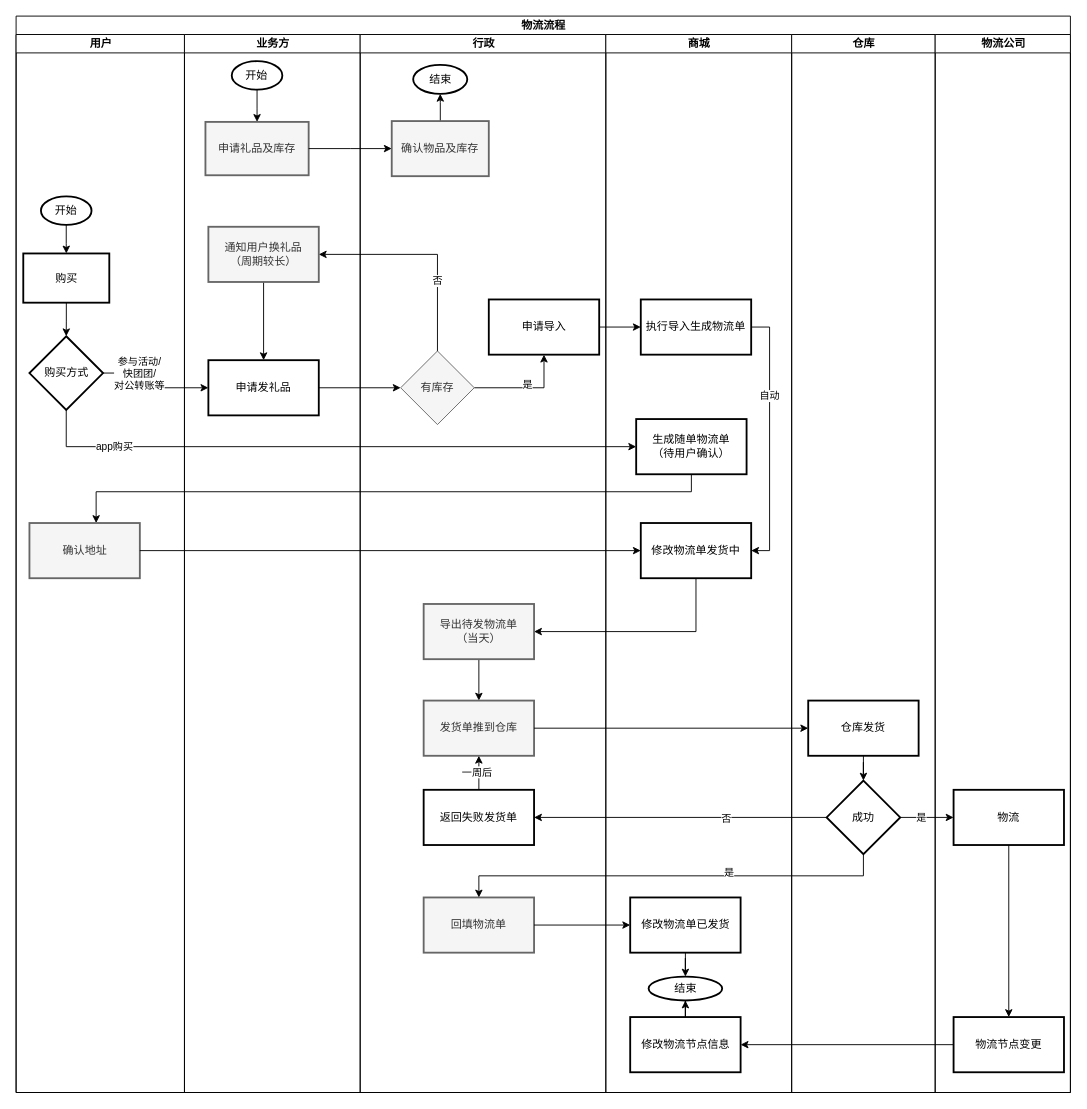
Before: page "物流流程" (2 of 2) of 思考图.drawio in joeytang/imgs, a draw.io diagram. Source tidied: cells renumbered, new cells numbered last; positions are measured from the earlier drawing's top-left corner, leaving out a move shared by most shapes. Both pictures are drawn from the tidied source at 92%, with x=0, y=0 at pixel (16, 16).
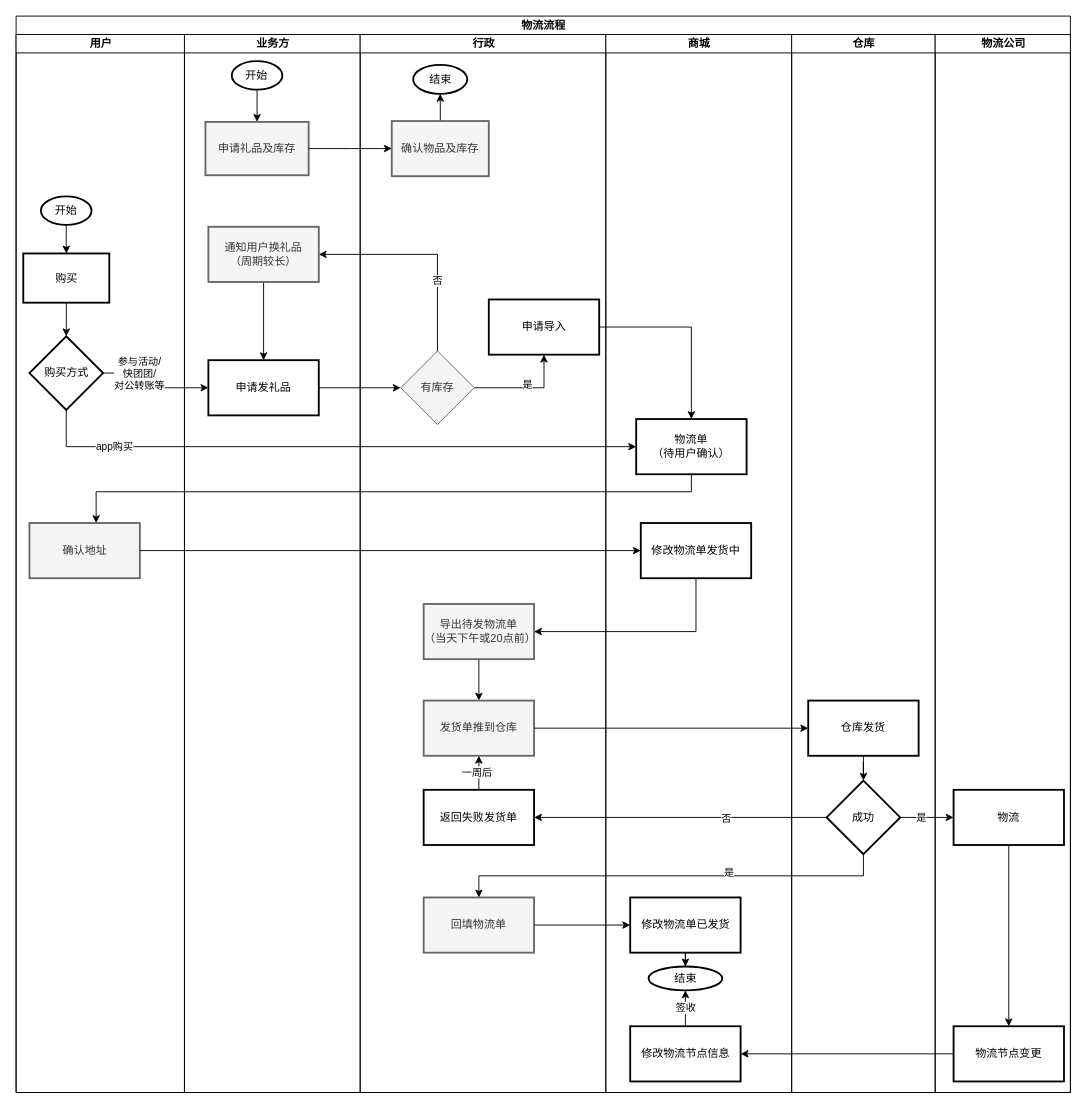
After the change.

Commit message:
更新思考图.drawio

The change refers to these unchanged cells:
```xml
<mxCell id="2" value="物流流程" style="swimlane;startSize=20;html=1;" parent="1" vertex="1">
  <mxGeometry width="1146" height="1170" as="geometry" />
</mxCell>
<mxCell id="17" value="行政" style="swimlane;startSize=20;html=1;" parent="2" vertex="1">
  <mxGeometry x="374" y="20" width="267" height="1150" as="geometry" />
</mxCell>
<mxCell id="21" value="申请导入" style="whiteSpace=wrap;html=1;strokeWidth=2;" parent="17" vertex="1">
  <mxGeometry x="139.8" y="288" width="120" height="60" as="geometry" />
</mxCell>
<mxCell id="32" value="商城" style="swimlane;startSize=20;html=1;" parent="2" vertex="1">
  <mxGeometry x="641" y="20" width="202" height="1150" as="geometry" />
</mxCell>
<mxCell id="37" value="修改物流单发货中" style="whiteSpace=wrap;html=1;strokeWidth=2;" parent="32" vertex="1">
  <mxGeometry x="38" y="531" width="120" height="60" as="geometry" />
</mxCell>
<mxCell id="66" value="物流公司" style="swimlane;startSize=20;html=1;" parent="2" vertex="1">
  <mxGeometry x="999" y="20" width="147" height="1150" as="geometry" />
</mxCell>
```

The edit, as a diff of the source:
```diff
@@
-    <mxCell id="26" value="导出待发物流单&lt;br&gt;（当天）" style="whiteSpace=wrap;html=1;strokeWidth=2;fillColor=#f5f5f5;fontColor=#333333;strokeColor=#666666;" parent="17" vertex="1">
+    <mxCell id="26" value="导出待发物流单&lt;br&gt;（当天下午或20点前）" style="whiteSpace=wrap;html=1;strokeWidth=2;fillColor=#f5f5f5;fontColor=#333333;strokeColor=#666666;" parent="17" vertex="1">
       <mxGeometry x="69" y="619" width="120" height="60" as="geometry" />
     </mxCell>
@@
-    <mxCell id="33" value="生成随单物流单&lt;br&gt;（待用户确认）" style="whiteSpace=wrap;html=1;strokeWidth=2;" parent="32" vertex="1">
+    <mxCell id="33" value="物流单&lt;br&gt;（待用户确认）" style="whiteSpace=wrap;html=1;strokeWidth=2;" parent="32" vertex="1">
       <mxGeometry x="33" y="418" width="120" height="60" as="geometry" />
     </mxCell>
-    <mxCell id="34" value="执行导入生成物流单" style="whiteSpace=wrap;html=1;strokeWidth=2;" parent="32" vertex="1">
-      <mxGeometry x="38" y="288" width="120" height="60" as="geometry" />
-    </mxCell>
-    <mxCell id="35" style="edgeStyle=orthogonalEdgeStyle;rounded=0;jettySize=auto;html=1;entryX=1;entryY=0.5;entryDx=0;entryDy=0;" parent="32" edge="1" source="34" target="37">
-      <mxGeometry relative="1" as="geometry">
-        <Array as="points">
-          <mxPoint x="178" y="318" />
-          <mxPoint x="178" y="561" />
-        </Array>
-      </mxGeometry>
-    </mxCell>
-    <mxCell id="36" value="自动" style="edgeLabel;html=1;align=center;verticalAlign=middle;" parent="35" vertex="1">
-      <mxGeometry x="-0.4" relative="1" as="geometry">
-        <mxPoint x="-1" y="9" as="offset" />
-      </mxGeometry>
-    </mxCell>
@@
-    <mxCell id="40" style="edgeStyle=orthogonalEdgeStyle;rounded=0;jettySize=auto;html=1;" parent="32" edge="1" source="41" target="42">
-      <mxGeometry relative="1" as="geometry" />
+    <mxCell id="40" value="签收" style="edgeStyle=orthogonalEdgeStyle;rounded=0;jettySize=auto;html=1;" parent="32" edge="1" source="41" target="42">
+      <mxGeometry relative="1" as="geometry">
+        <Array as="points">
+          <mxPoint x="87" y="1059" />
+          <mxPoint x="87" y="1059" />
+        </Array>
+      </mxGeometry>
     </mxCell>
     <mxCell id="41" value="修改物流节点信息" style="whiteSpace=wrap;html=1;strokeWidth=2;" parent="32" vertex="1">
-      <mxGeometry x="26.5" y="1068" width="120" height="60" as="geometry" />
+      <mxGeometry x="26.5" y="1078" width="120" height="60" as="geometry" />
     </mxCell>
     <mxCell id="42" value="结束" style="ellipse;whiteSpace=wrap;html=1;strokeWidth=2;" parent="32" vertex="1">
-      <mxGeometry x="46.5" y="1024" width="80" height="26" as="geometry" />
+      <mxGeometry x="46.5" y="1013" width="80" height="26" as="geometry" />
     </mxCell>
@@
-    <mxCell id="51" style="edgeStyle=orthogonalEdgeStyle;rounded=0;jettySize=auto;html=1;" parent="2" edge="1" source="21" target="34">
+    <mxCell id="51" style="edgeStyle=orthogonalEdgeStyle;rounded=0;jettySize=auto;html=1;" parent="2" edge="1" source="21" target="33">
       <mxGeometry relative="1" as="geometry" />
     </mxCell>
@@
     <mxCell id="69" value="物流节点变更" style="whiteSpace=wrap;html=1;strokeWidth=2;" parent="66" vertex="1">
-      <mxGeometry x="20" y="1068" width="120" height="60" as="geometry" />
+      <mxGeometry x="20" y="1078" width="120" height="60" as="geometry" />
     </mxCell>
```
